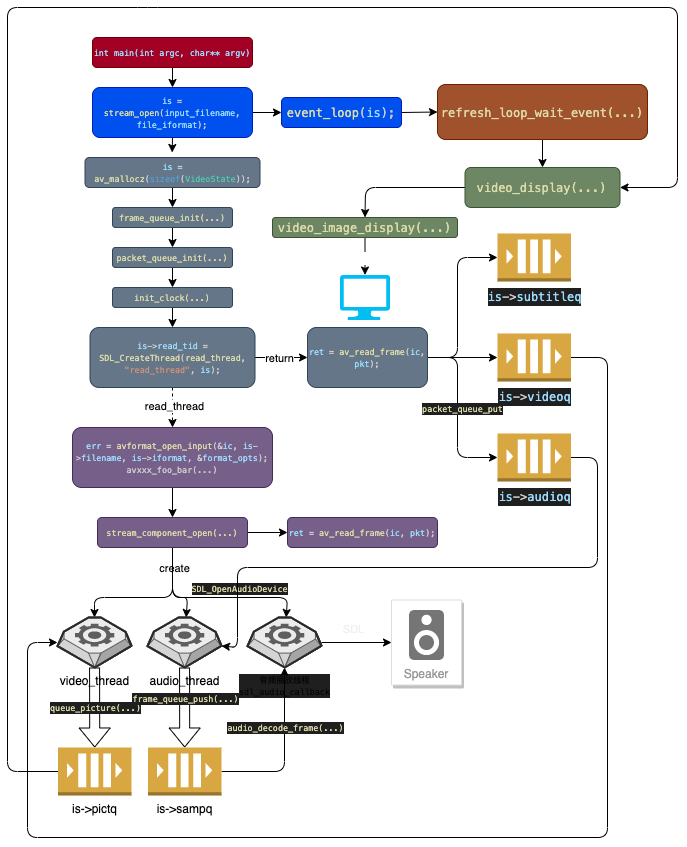
Above: ffplay_play.png in leo4048111/ffplay-explained (draw.io), before the change. Source tidied: cells renumbered, new cells last; positions are measured from the earlier drawing's top-left corner, leaving out a move shared by most shapes.
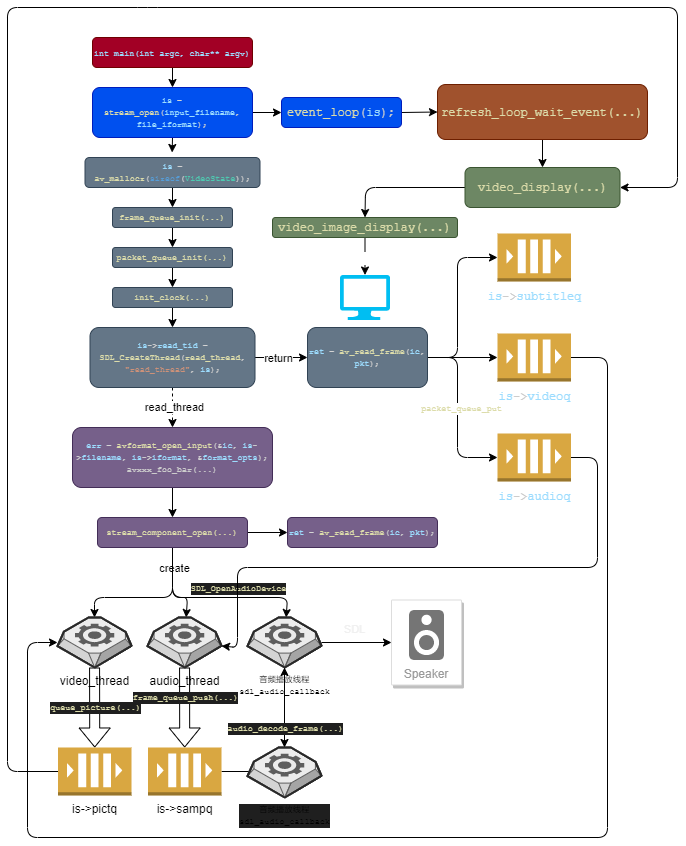
Above is the later version.

The edit, as a diff of the source:
```diff
@@ -83,7 +83,7 @@
         </Array>
       </mxGeometry>
     </mxCell>
-    <mxCell id="25" value="&lt;div style=&quot;color: rgb(204, 204, 204); background-color: rgb(31, 31, 31); font-family: Menlo, Monaco, &amp;quot;Courier New&amp;quot;, monospace; font-size: 8.4px; line-height: 12px;&quot;&gt;&lt;span style=&quot;color: #dcdcaa;&quot;&gt;packet_queue_put&lt;/span&gt;&lt;/div&gt;" style="edgeLabel;html=1;align=center;verticalAlign=middle;fontColor=#F0F0F0;" parent="24" vertex="1">
+    <mxCell id="25" value="&lt;div style=&quot;color: rgb(204, 204, 204); font-family: Menlo, Monaco, &amp;quot;Courier New&amp;quot;, monospace; font-size: 8.4px; line-height: 12px;&quot;&gt;&lt;span style=&quot;color: rgb(220, 220, 170);&quot;&gt;packet_queue_put&lt;/span&gt;&lt;/div&gt;" style="edgeLabel;html=1;align=center;verticalAlign=middle;fontColor=#F0F0F0;" parent="24" vertex="1">
       <mxGeometry x="-0.83" y="-1" relative="1" as="geometry">
         <mxPoint x="19" y="49" as="offset" />
       </mxGeometry>
@@ -161,7 +161,10 @@
         <mxPoint x="-4" y="-12" as="offset" />
       </mxGeometry>
     </mxCell>
+    <mxCell id="66" style="edgeStyle=none;html=1;" parent="1" edge="1" source="42" target="67">
+      <mxGeometry relative="1" as="geometry" />
+    </mxCell>
-    <mxCell id="42" value="&lt;div style=&quot;background-color: rgb(31, 31, 31); font-family: Menlo, Monaco, &amp;quot;Courier New&amp;quot;, monospace; font-size: 8.4px; line-height: 12px;&quot;&gt;&lt;span style=&quot;font-size: 8.4px;&quot;&gt;音频播放线程&lt;/span&gt;&lt;/div&gt;&lt;div style=&quot;background-color: rgb(31, 31, 31); font-family: Menlo, Monaco, &amp;quot;Courier New&amp;quot;, monospace; font-size: 8.4px; line-height: 12px;&quot;&gt;&lt;span style=&quot;font-size: 8.4px;&quot;&gt;sdl_audio_callback&lt;/span&gt;&lt;br&gt;&lt;/div&gt;" style="verticalLabelPosition=bottom;html=1;verticalAlign=top;strokeWidth=1;align=center;outlineConnect=0;dashed=0;outlineConnect=0;shape=mxgraph.aws3d.worker;fillColor=#ECECEC;strokeColor=#5E5E5E;labelBackgroundColor=none;" parent="1" vertex="1">
+    <mxCell id="42" value="&lt;div style=&quot;font-family: Menlo, Monaco, &amp;quot;Courier New&amp;quot;, monospace; font-size: 8.4px; line-height: 12px;&quot;&gt;&lt;span style=&quot;font-size: 8.4px;&quot;&gt;音频播放线程&lt;/span&gt;&lt;/div&gt;&lt;div style=&quot;font-family: Menlo, Monaco, &amp;quot;Courier New&amp;quot;, monospace; font-size: 8.4px; line-height: 12px;&quot;&gt;&lt;span style=&quot;font-size: 8.4px;&quot;&gt;sdl_audio_callback&lt;/span&gt;&lt;br&gt;&lt;/div&gt;" style="verticalLabelPosition=bottom;html=1;verticalAlign=top;strokeWidth=1;align=center;outlineConnect=0;dashed=0;outlineConnect=0;shape=mxgraph.aws3d.worker;fillColor=#ECECEC;strokeColor=#5E5E5E;labelBackgroundColor=none;" parent="1" vertex="1">
       <mxGeometry x="240" y="610" width="74" height="50" as="geometry" />
     </mxCell>
     <mxCell id="43" style="edgeStyle=none;html=1;fontColor=none;entryX=1;entryY=0.5;entryDx=0;entryDy=0;" parent="1" edge="1" source="44" target="61">
@@ -204,7 +207,7 @@
     <mxCell id="50" value="&lt;div style=&quot;color: rgb(204, 204, 204); font-family: Menlo, Monaco, &amp;quot;Courier New&amp;quot;, monospace; font-size: 8.4px; line-height: 12px;&quot;&gt;&lt;div style=&quot;font-size: 8.4px; line-height: 12px;&quot;&gt;&lt;div style=&quot;font-size: 8.4px; line-height: 12px;&quot;&gt;&lt;span style=&quot;color: rgb(156, 220, 254);&quot;&gt;ret&lt;/span&gt; &lt;span style=&quot;color: rgb(212, 212, 212);&quot;&gt;=&lt;/span&gt; &lt;span style=&quot;color: rgb(220, 220, 170);&quot;&gt;av_read_frame&lt;/span&gt;(&lt;span style=&quot;color: rgb(156, 220, 254);&quot;&gt;ic&lt;/span&gt;, &lt;span style=&quot;color: rgb(156, 220, 254);&quot;&gt;pkt&lt;/span&gt;);&lt;/div&gt;&lt;/div&gt;&lt;/div&gt;" style="rounded=1;whiteSpace=wrap;html=1;labelBackgroundColor=none;fillColor=#76608a;fontColor=#ffffff;strokeColor=#432D57;" parent="1" vertex="1">
       <mxGeometry x="280" y="510" width="150" height="30" as="geometry" />
     </mxCell>
-    <mxCell id="51" value="&lt;div style=&quot;color: rgb(204, 204, 204); background-color: rgb(31, 31, 31); font-family: Menlo, Monaco, &amp;quot;Courier New&amp;quot;, monospace; line-height: 18px;&quot;&gt;&lt;span style=&quot;color: #9cdcfe;&quot;&gt;is&lt;/span&gt;-&amp;gt;&lt;span style=&quot;color: #9cdcfe;&quot;&gt;subtitleq&lt;/span&gt;&lt;/div&gt;" style="outlineConnect=0;dashed=0;verticalLabelPosition=bottom;verticalAlign=top;align=center;html=1;shape=mxgraph.aws3.queue;fillColor=#D9A741;gradientColor=none;labelBackgroundColor=none;fontColor=#F0F0F0;" parent="1" vertex="1">
+    <mxCell id="51" value="&lt;div style=&quot;color: rgb(204, 204, 204); font-family: Menlo, Monaco, &amp;quot;Courier New&amp;quot;, monospace; line-height: 18px;&quot;&gt;&lt;span style=&quot;color: rgb(156, 220, 254);&quot;&gt;is&lt;/span&gt;-&amp;gt;&lt;span style=&quot;color: rgb(156, 220, 254);&quot;&gt;subtitleq&lt;/span&gt;&lt;/div&gt;" style="outlineConnect=0;dashed=0;verticalLabelPosition=bottom;verticalAlign=top;align=center;html=1;shape=mxgraph.aws3.queue;fillColor=#D9A741;gradientColor=none;labelBackgroundColor=none;fontColor=#F0F0F0;" parent="1" vertex="1">
       <mxGeometry x="490" y="226" width="73.5" height="48" as="geometry" />
     </mxCell>
     <mxCell id="52" style="edgeStyle=none;html=1;fontColor=#F0F0F0;exitX=1;exitY=0.5;exitDx=0;exitDy=0;exitPerimeter=0;" parent="1" edge="1" source="53" target="36">
@@ -217,7 +220,7 @@
         </Array>
       </mxGeometry>
     </mxCell>
-    <mxCell id="53" value="&lt;div style=&quot;color: rgb(204, 204, 204); background-color: rgb(31, 31, 31); font-family: Menlo, Monaco, &amp;quot;Courier New&amp;quot;, monospace; line-height: 18px;&quot;&gt;&lt;span style=&quot;color: #9cdcfe;&quot;&gt;is&lt;/span&gt;-&amp;gt;&lt;span style=&quot;color: #9cdcfe;&quot;&gt;videoq&lt;/span&gt;&lt;/div&gt;" style="outlineConnect=0;dashed=0;verticalLabelPosition=bottom;verticalAlign=top;align=center;html=1;shape=mxgraph.aws3.queue;fillColor=#D9A741;gradientColor=none;labelBackgroundColor=none;fontColor=#F0F0F0;" parent="1" vertex="1">
+    <mxCell id="53" value="&lt;div style=&quot;color: rgb(204, 204, 204); font-family: Menlo, Monaco, &amp;quot;Courier New&amp;quot;, monospace; line-height: 18px;&quot;&gt;&lt;span style=&quot;color: rgb(156, 220, 254);&quot;&gt;is&lt;/span&gt;-&amp;gt;&lt;span style=&quot;color: rgb(156, 220, 254);&quot;&gt;videoq&lt;/span&gt;&lt;/div&gt;" style="outlineConnect=0;dashed=0;verticalLabelPosition=bottom;verticalAlign=top;align=center;html=1;shape=mxgraph.aws3.queue;fillColor=#D9A741;gradientColor=none;labelBackgroundColor=none;fontColor=#F0F0F0;" parent="1" vertex="1">
       <mxGeometry x="490" y="326" width="73.5" height="48" as="geometry" />
     </mxCell>
     <mxCell id="54" style="edgeStyle=none;html=1;fontColor=#F0F0F0;exitX=1;exitY=0.5;exitDx=0;exitDy=0;exitPerimeter=0;" parent="1" edge="1" source="55" target="39">
@@ -230,7 +233,7 @@
         </Array>
       </mxGeometry>
     </mxCell>
-    <mxCell id="55" value="&lt;div style=&quot;color: rgb(204, 204, 204); background-color: rgb(31, 31, 31); font-family: Menlo, Monaco, &amp;quot;Courier New&amp;quot;, monospace; font-size: 8.4px; line-height: 12px;&quot;&gt;&lt;div style=&quot;font-size: 12px; line-height: 18px;&quot;&gt;&lt;span style=&quot;color: #9cdcfe;&quot;&gt;is&lt;/span&gt;-&amp;gt;&lt;span style=&quot;color: #9cdcfe;&quot;&gt;audioq&lt;/span&gt;&lt;/div&gt;&lt;/div&gt;" style="outlineConnect=0;dashed=0;verticalLabelPosition=bottom;verticalAlign=top;align=center;html=1;shape=mxgraph.aws3.queue;fillColor=#D9A741;gradientColor=none;labelBackgroundColor=none;fontColor=#F0F0F0;" parent="1" vertex="1">
+    <mxCell id="55" value="&lt;div style=&quot;color: rgb(204, 204, 204); font-family: Menlo, Monaco, &amp;quot;Courier New&amp;quot;, monospace; font-size: 8.4px; line-height: 12px;&quot;&gt;&lt;div style=&quot;font-size: 12px; line-height: 18px;&quot;&gt;&lt;span style=&quot;color: rgb(156, 220, 254);&quot;&gt;is&lt;/span&gt;-&amp;gt;&lt;span style=&quot;color: rgb(156, 220, 254);&quot;&gt;audioq&lt;/span&gt;&lt;/div&gt;&lt;/div&gt;" style="outlineConnect=0;dashed=0;verticalLabelPosition=bottom;verticalAlign=top;align=center;html=1;shape=mxgraph.aws3.queue;fillColor=#D9A741;gradientColor=none;labelBackgroundColor=none;fontColor=#F0F0F0;" parent="1" vertex="1">
       <mxGeometry x="490" y="426" width="73.5" height="48" as="geometry" />
     </mxCell>
     <mxCell id="56" style="edgeStyle=none;html=1;exitX=1;exitY=0.5;exitDx=0;exitDy=0;entryX=0;entryY=0.5;entryDx=0;entryDy=0;fontColor=none;" parent="1" edge="1" source="57" target="59">
@@ -269,5 +272,8 @@
     <mxCell id="65" style="verticalLabelPosition=bottom;html=1;verticalAlign=top;align=center;strokeColor=none;fillColor=#00BEF2;shape=mxgraph.azure.computer;labelBackgroundColor=none;fontColor=#FFFFFF;" parent="1" vertex="1">
       <mxGeometry x="332.5" y="267.5" width="50" height="45" as="geometry" />
     </mxCell>
+    <mxCell id="67" value="&lt;div style=&quot;background-color: rgb(31, 31, 31); font-family: Menlo, Monaco, &amp;quot;Courier New&amp;quot;, monospace; font-size: 8.4px; line-height: 12px;&quot;&gt;&lt;span style=&quot;font-size: 8.4px;&quot;&gt;音频播放线程&lt;/span&gt;&lt;/div&gt;&lt;div style=&quot;background-color: rgb(31, 31, 31); font-family: Menlo, Monaco, &amp;quot;Courier New&amp;quot;, monospace; font-size: 8.4px; line-height: 12px;&quot;&gt;&lt;span style=&quot;font-size: 8.4px;&quot;&gt;sdl_audio_callback&lt;/span&gt;&lt;br&gt;&lt;/div&gt;" style="verticalLabelPosition=bottom;html=1;verticalAlign=top;strokeWidth=1;align=center;outlineConnect=0;dashed=0;outlineConnect=0;shape=mxgraph.aws3d.worker;fillColor=#ECECEC;strokeColor=#5E5E5E;labelBackgroundColor=none;" parent="1" vertex="1">
+      <mxGeometry x="240" y="740" width="74" height="50" as="geometry" />
+    </mxCell>
   </root>
 </mxGraphModel>
```
